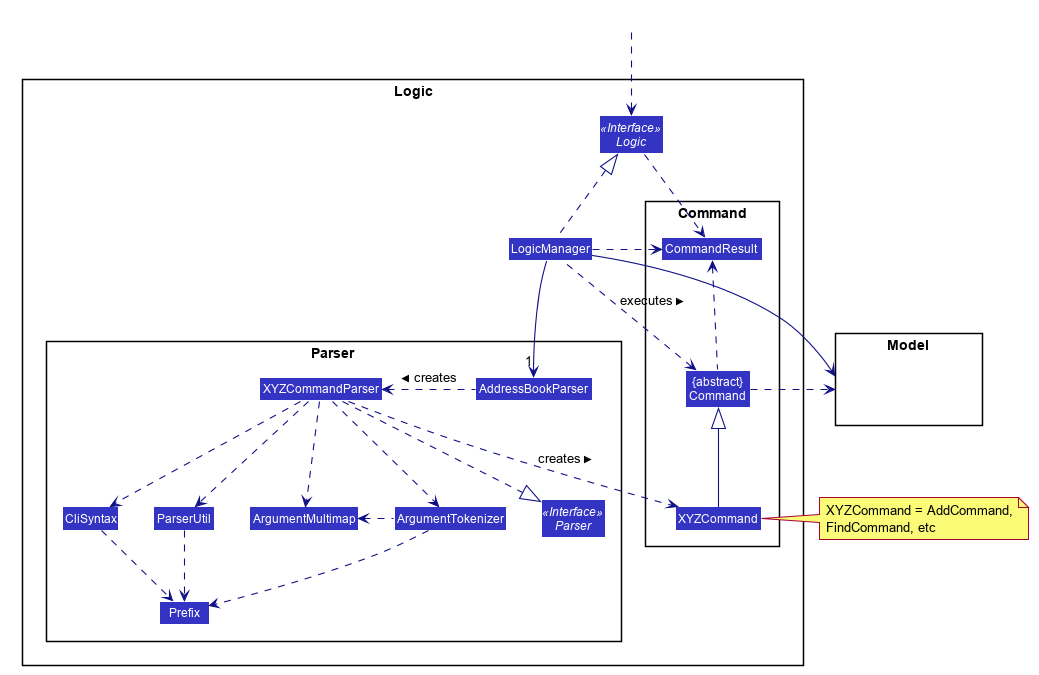
nus-cs2103-AY2021S2/tp keeps this PlantUML diagram as docs/images/LogicClassDiagram.png. Above is the earlier version.
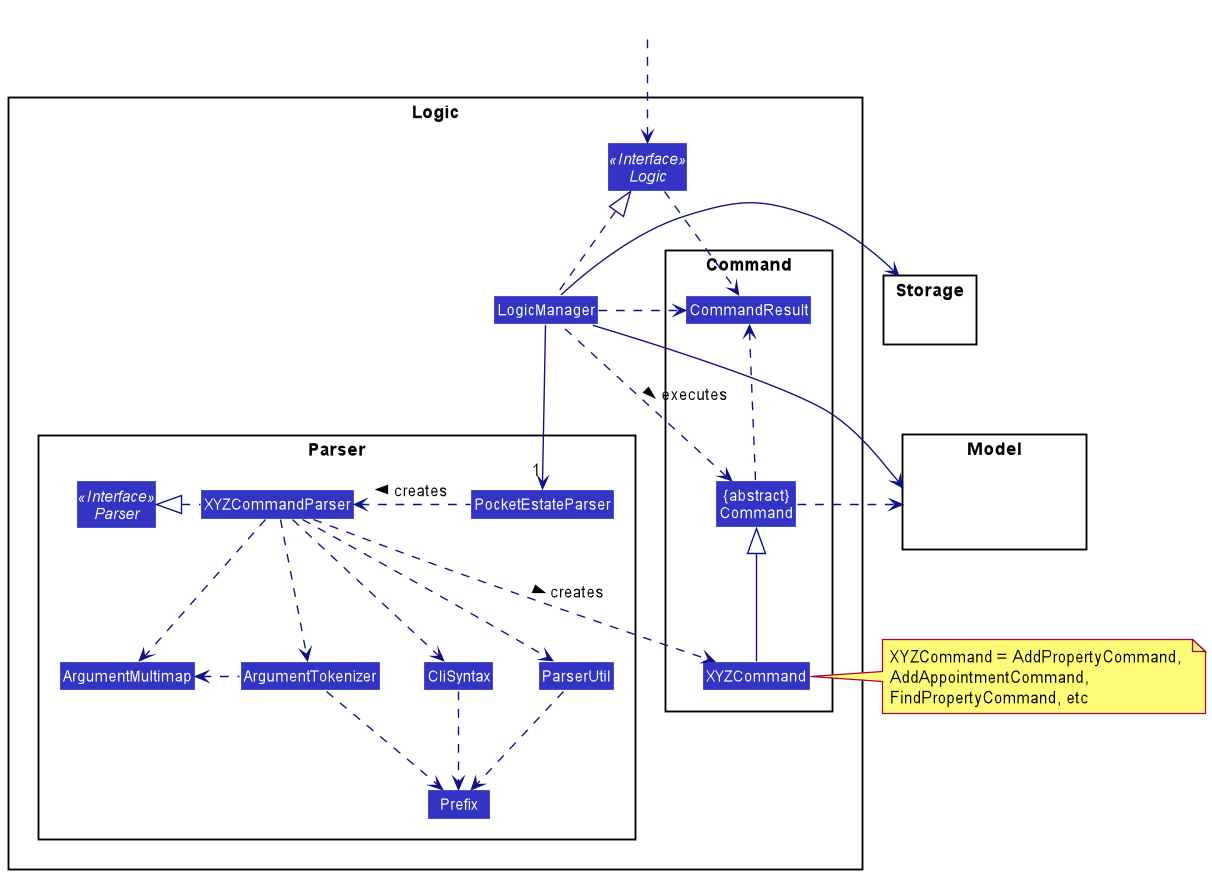
After the change.

Commit message:
Update Logic class diagram in DG

* Add association from LogicManager to Storage

Diff of the diagram source:
```diff
@@ -1,61 +1,14 @@
 @startuml
-
-
-
-
-
-
-
-
-skinparam BackgroundColor #FFFFFFF
-
-skinparam Shadowing false
-
-skinparam Class {
-    FontColor #FFFFFF
-    BorderThickness 1
-    BorderColor #FFFFFF
-    StereotypeFontColor #FFFFFF
-    FontName Arial
-}
-
-skinparam Actor {
-    BorderColor #000000
-    Color #000000
-    FontName Arial
-}
-
-skinparam Sequence {
-    MessageAlign center
-    BoxFontSize 15
-    BoxPadding 0
-    BoxFontColor #FFFFFF
-    FontName Arial
-}
-
-skinparam Participant {
-    FontColor #FFFFFFF
-    Padding 20
-}
-
-skinparam MinClassWidth 50
-skinparam ParticipantPadding 10
-skinparam Shadowing false
-skinparam DefaultTextAlignment center
-skinparam packageStyle Rectangle
-
-hide footbox
-hide members
-hide circle
+!include style.puml
 skinparam arrowThickness 1.1
-skinparam arrowColor #101086
-skinparam classBackgroundColor #3333C4
+skinparam arrowColor LOGIC_COLOR_T4
+skinparam classBackgroundColor LOGIC_COLOR
 
 package Logic {
 
 package Parser {
 Interface Parser <<Interface>>
-Class AddressBookParser
+Class PocketEstateParser
 Class XYZCommandParser
 Class CliSyntax
 Class ParserUtil
@@ -78,15 +31,19 @@
 Class HiddenModel #FFFFFF
 }
 
+package Storage{
+Class HiddenModel #FFFFFF
+}
+
 Class HiddenOutside #FFFFFF
 HiddenOutside ..> Logic
 
 LogicManager .up.|> Logic
-LogicManager -->"1" AddressBookParser
-AddressBookParser .left.> XYZCommandParser: creates >
+LogicManager -->"1" PocketEstateParser
+PocketEstateParser .left.> XYZCommandParser: creates >
 
 XYZCommandParser ..> XYZCommand : creates >
-XYZCommandParser ..|> Parser
+XYZCommandParser .left.|> Parser
 XYZCommandParser ..> ArgumentMultimap
 XYZCommandParser ..> ArgumentTokenizer
 ArgumentTokenizer .left.> ArgumentMultimap
@@ -99,8 +56,11 @@
 LogicManager .left.> Command : executes >
 
 LogicManager --> Model
+LogicManager --> Storage
+Storage --[hidden] Model
+Command .[hidden]up.> Storage
 Command .right.> Model
-note right of XYZCommand: XYZCommand = AddCommand, \nFindCommand, etc
+note right of XYZCommand: XYZCommand = AddPropertyCommand, \nAddAppointmentCommand, \nFindPropertyCommand, etc
 
 Logic ..> CommandResult
 LogicManager .down.> CommandResult
```
